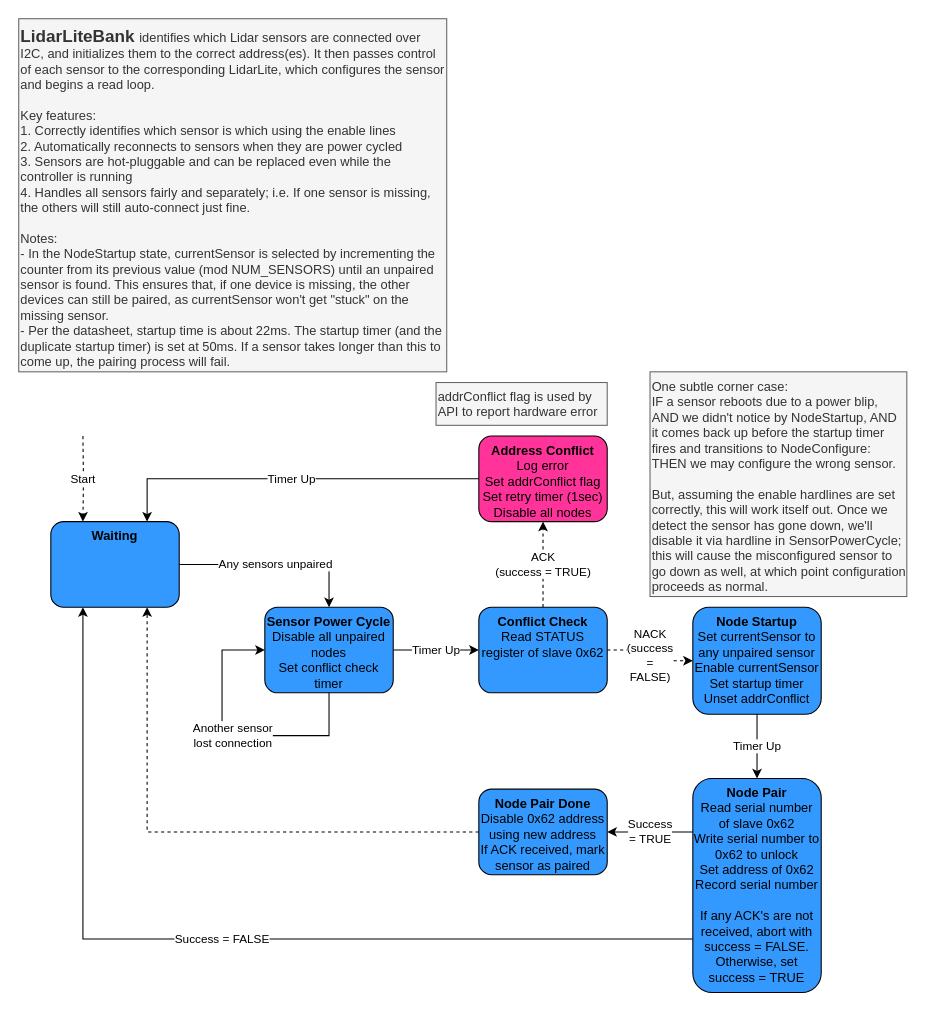
This is page "LidarLiteBank" (1 of 2) of LidarLiteV3_State_Machine.drawio from troyhonegger/agbot-fw, a draw.io file, before an edit. Source tidied: cells renumbered, new cells numbered last; positions are measured from the earlier drawing's top-left corner, leaving out a move shared by most shapes. Both pictures are drawn from the tidied source at 107%, with x=0, y=0 at pixel (18, 18).
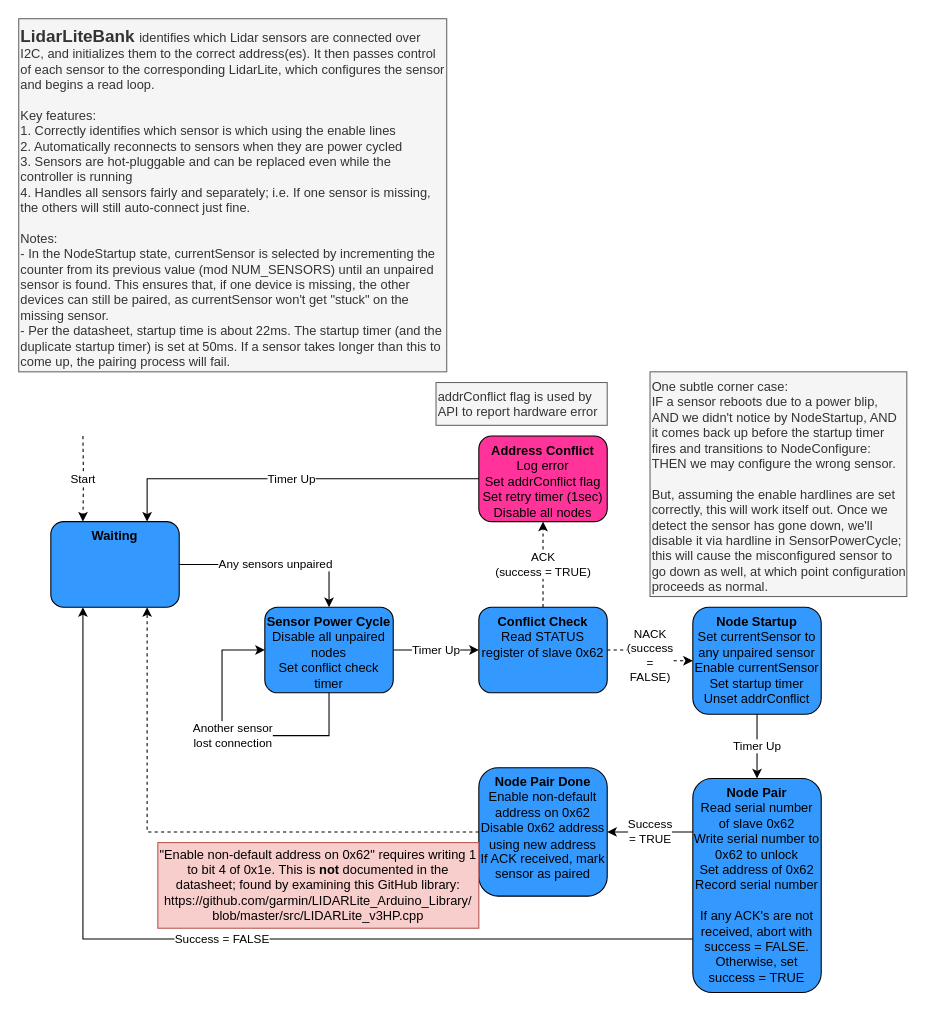
After the change.

Commit message (it also covers changes not shown here):
Tested LidarLiteV3 sensors, fixed state machine issues

What changed in the source:
```diff
@@
-    <mxCell id="16" value="&lt;b&gt;Node Pair Done&lt;/b&gt;&lt;br&gt;Disable 0x62 address using new address&lt;br&gt;If ACK received, mark sensor as paired" style="rounded=1;whiteSpace=wrap;html=1;fillColor=#3399FF;verticalAlign=top;" parent="1" vertex="1">
-      <mxGeometry x="430" y="720" width="120" height="80" as="geometry" />
+    <mxCell id="16" value="&lt;b&gt;Node Pair Done&lt;/b&gt;&lt;br&gt;Enable non-default address on 0x62&lt;br&gt;Disable 0x62 address using new address&lt;br&gt;If ACK received, mark sensor as paired" style="rounded=1;whiteSpace=wrap;html=1;fillColor=#3399FF;verticalAlign=top;" parent="1" vertex="1">
+      <mxGeometry x="430" y="700" width="120" height="120" as="geometry" />
     </mxCell>
@@
+    <mxCell id="23" value="&quot;Enable non-default address on 0x62&quot; requires writing 1 to bit 4 of 0x1e. This is &lt;b&gt;not&lt;/b&gt;&amp;nbsp;documented in the datasheet; found by examining this GitHub library:&lt;br&gt;https://github.com/garmin/LIDARLite_Arduino_Library/&lt;br&gt;blob/master/src/LIDARLite_v3HP.cpp" style="rounded=0;whiteSpace=wrap;html=1;fillColor=#f8cecc;strokeColor=#b85450;" parent="1" vertex="1">
+      <mxGeometry x="130" y="770" width="300" height="80" as="geometry" />
+    </mxCell>
```
